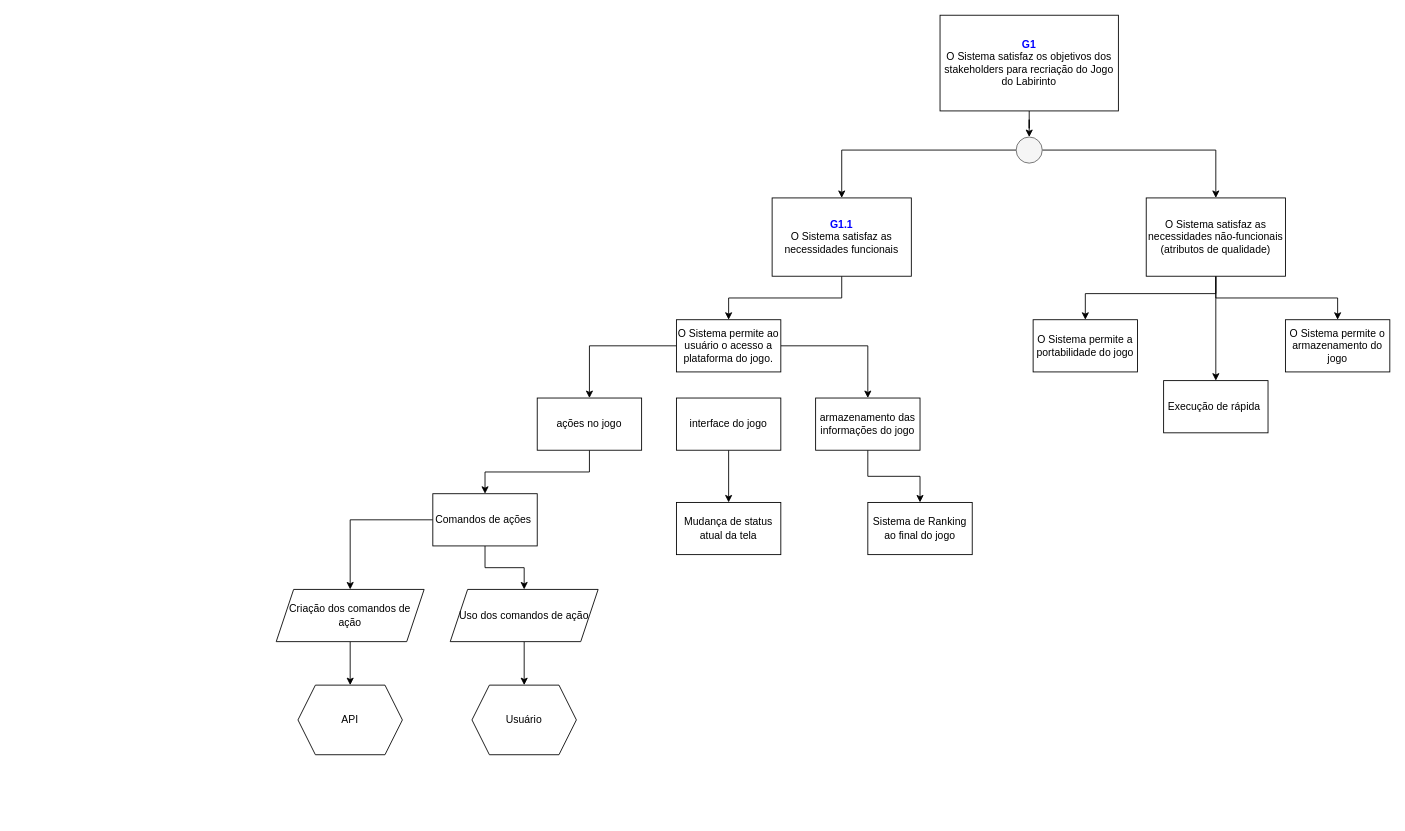
Earlier version of the draw.io diagram Requisitos do Sistema.drawio (renanreyc/EngenhariaDeSoftware). Source tidied: cells renumbered, new cells numbered last; positions are measured from the earlier drawing's top-left corner, leaving out a move shared by most shapes. Both pictures are drawn from the tidied source at 87%, with x=0, y=0 at pixel (276, 15).
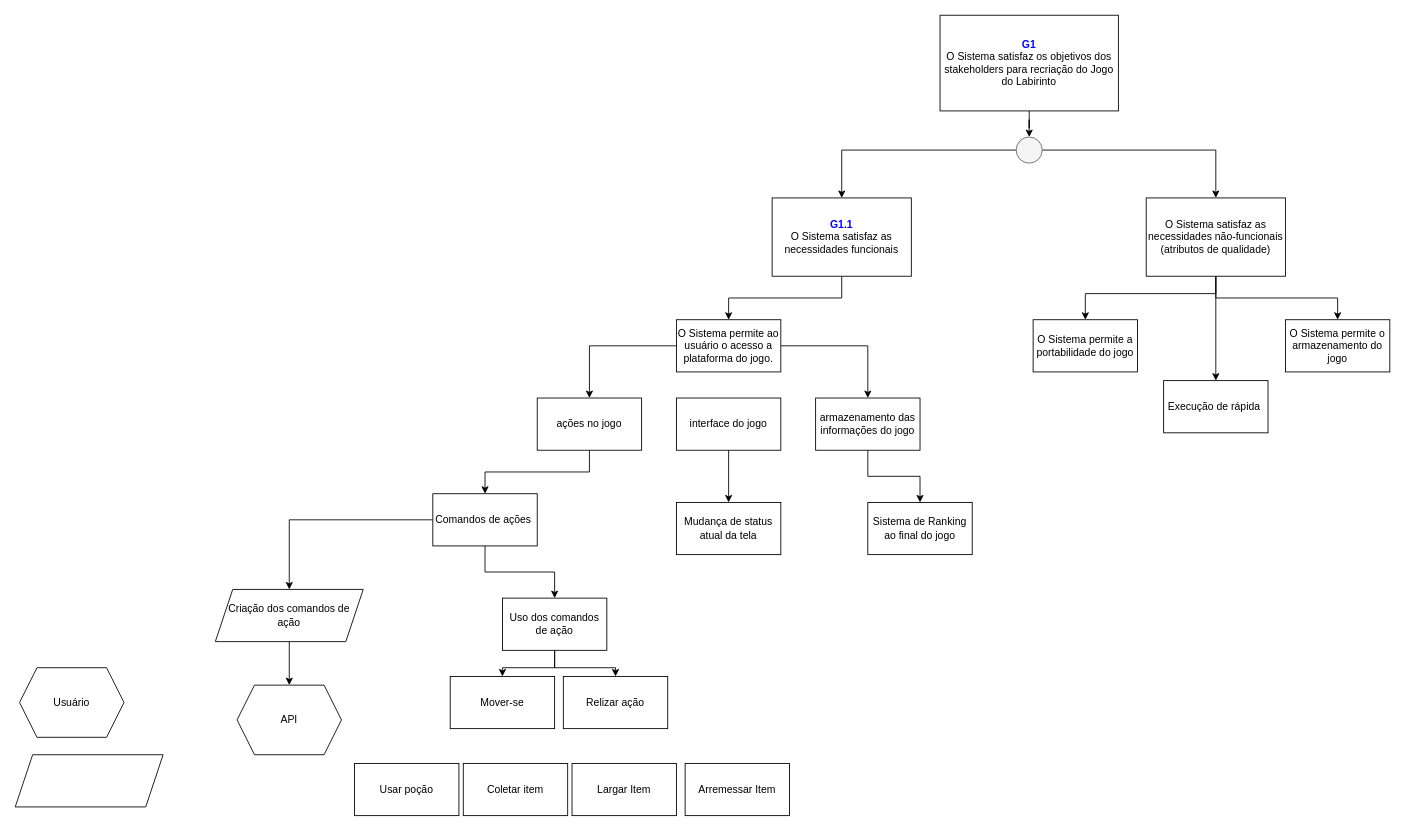
The same page after the edit.

The change refers to these unchanged cells:
```xml
<mxCell id="20" value="Comandos de ações&amp;nbsp;" style="rounded=0;whiteSpace=wrap;html=1;" parent="1" vertex="1">
  <mxGeometry x="180" y="550" width="120" height="60" as="geometry" />
</mxCell>
```

The edit, as a diff of the source:
```diff
@@
-    <mxCell id="18" style="edgeStyle=orthogonalEdgeStyle;rounded=0;jettySize=auto;html=1;fontColor=#000000;" parent="1" edge="1" source="20" target="32">
-      <mxGeometry relative="1" as="geometry" />
-    </mxCell>
@@
+    <mxCell id="36" style="edgeStyle=orthogonalEdgeStyle;rounded=0;jettySize=auto;html=1;entryX=0.5;entryY=0;entryDx=0;entryDy=0;" parent="1" edge="1" source="20" target="39">
+      <mxGeometry relative="1" as="geometry" />
+    </mxCell>
@@
     <mxCell id="30" value="&lt;font color=&quot;#000000&quot;&gt;Criação dos comandos de ação&lt;/font&gt;" style="shape=parallelogram;perimeter=parallelogramPerimeter;whiteSpace=wrap;html=1;fixedSize=1;fontColor=#0000FF;" parent="1" vertex="1">
-      <mxGeometry y="660" width="170" height="60" as="geometry" />
+      <mxGeometry x="-70" y="660" width="170" height="60" as="geometry" />
     </mxCell>
-    <mxCell id="31" style="edgeStyle=orthogonalEdgeStyle;rounded=0;jettySize=auto;html=1;entryX=0.5;entryY=0;entryDx=0;entryDy=0;fontColor=#000000;" parent="1" edge="1" source="32" target="33">
-      <mxGeometry relative="1" as="geometry" />
-    </mxCell>
-    <mxCell id="32" value="&lt;font color=&quot;#000000&quot;&gt;Uso dos comandos de ação&lt;/font&gt;" style="shape=parallelogram;perimeter=parallelogramPerimeter;whiteSpace=wrap;html=1;fixedSize=1;fontColor=#0000FF;" parent="1" vertex="1">
-      <mxGeometry x="200" y="660" width="170" height="60" as="geometry" />
+    <mxCell id="32" style="shape=parallelogram;perimeter=parallelogramPerimeter;whiteSpace=wrap;html=1;fixedSize=1;fontColor=#0000FF;" parent="1" vertex="1">
+      <mxGeometry x="-300" y="850" width="170" height="60" as="geometry" />
     </mxCell>
     <mxCell id="33" value="Usuário" style="shape=hexagon;perimeter=hexagonPerimeter2;whiteSpace=wrap;html=1;fixedSize=1;fontColor=#000000;" parent="1" vertex="1">
-      <mxGeometry x="225" y="770" width="120" height="80" as="geometry" />
+      <mxGeometry x="-295" y="750" width="120" height="80" as="geometry" />
     </mxCell>
     <mxCell id="34" value="API" style="shape=hexagon;perimeter=hexagonPerimeter2;whiteSpace=wrap;html=1;fixedSize=1;fontColor=#000000;" parent="1" vertex="1">
-      <mxGeometry x="25" y="770" width="120" height="80" as="geometry" />
+      <mxGeometry x="-45" y="770" width="120" height="80" as="geometry" />
     </mxCell>
@@
+    <mxCell id="37" style="edgeStyle=orthogonalEdgeStyle;rounded=0;jettySize=auto;html=1;entryX=0.5;entryY=0;entryDx=0;entryDy=0;" parent="1" edge="1" source="39" target="40">
+      <mxGeometry relative="1" as="geometry" />
+    </mxCell>
+    <mxCell id="38" style="edgeStyle=orthogonalEdgeStyle;rounded=0;jettySize=auto;html=1;exitX=0.5;exitY=1;exitDx=0;exitDy=0;entryX=0.5;entryY=0;entryDx=0;entryDy=0;" parent="1" edge="1" source="39" target="41">
+      <mxGeometry relative="1" as="geometry" />
+    </mxCell>
+    <mxCell id="39" value="Uso dos comandos de ação" style="rounded=0;whiteSpace=wrap;html=1;" parent="1" vertex="1">
+      <mxGeometry x="260" y="670" width="120" height="60" as="geometry" />
+    </mxCell>
+    <mxCell id="40" value="Mover-se" style="rounded=0;whiteSpace=wrap;html=1;" parent="1" vertex="1">
+      <mxGeometry x="200" y="760" width="120" height="60" as="geometry" />
+    </mxCell>
+    <mxCell id="41" value="Relizar ação" style="rounded=0;whiteSpace=wrap;html=1;" parent="1" vertex="1">
+      <mxGeometry x="330" y="760" width="120" height="60" as="geometry" />
+    </mxCell>
+    <mxCell id="42" value="Usar poção" style="rounded=0;whiteSpace=wrap;html=1;" parent="1" vertex="1">
+      <mxGeometry x="90" y="860" width="120" height="60" as="geometry" />
+    </mxCell>
+    <mxCell id="43" value="Coletar item" style="rounded=0;whiteSpace=wrap;html=1;" parent="1" vertex="1">
+      <mxGeometry x="215" y="860" width="120" height="60" as="geometry" />
+    </mxCell>
+    <mxCell id="44" value="Largar Item" style="rounded=0;whiteSpace=wrap;html=1;" parent="1" vertex="1">
+      <mxGeometry x="340" y="860" width="120" height="60" as="geometry" />
+    </mxCell>
+    <mxCell id="45" value="Arremessar Item" style="rounded=0;whiteSpace=wrap;html=1;" parent="1" vertex="1">
+      <mxGeometry x="470" y="860" width="120" height="60" as="geometry" />
+    </mxCell>
```
